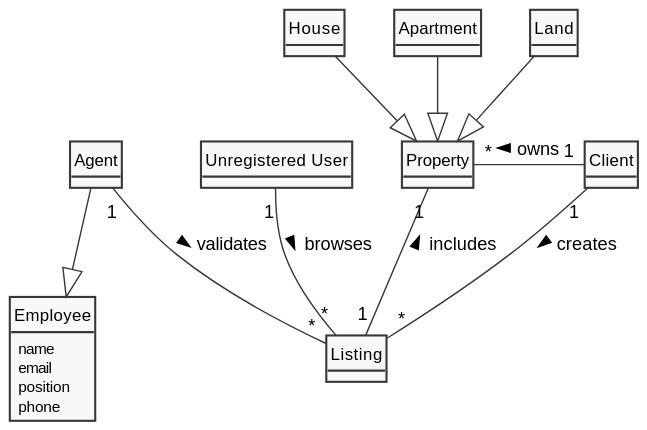
Earlier version of the PlantUML export docs/sprintB/US001/02.analysis/svg/us001-domain-model.svg (tiagohcorreia/LAPR2). Source of this version:
```plantuml
@startuml
skinparam monochrome true
skinparam packageStyle rectangle
skinparam shadowing false


skinparam classAttributeIconSize 0

hide circle
hide methods




class Employee {
    name
    email
    position
    phone
}





House --|> Property
Apartment --|> Property
Land --|> Property
Listing "1" -- "1" Property: includes >

Agent --|> Employee
Agent "1" -- "*" Listing: validates >
Property "*" - "1" Client : owns <
Client "1" -- "*" Listing: creates >
"Unregistered User" "1" -- "*" Listing: browses >

@enduml
```
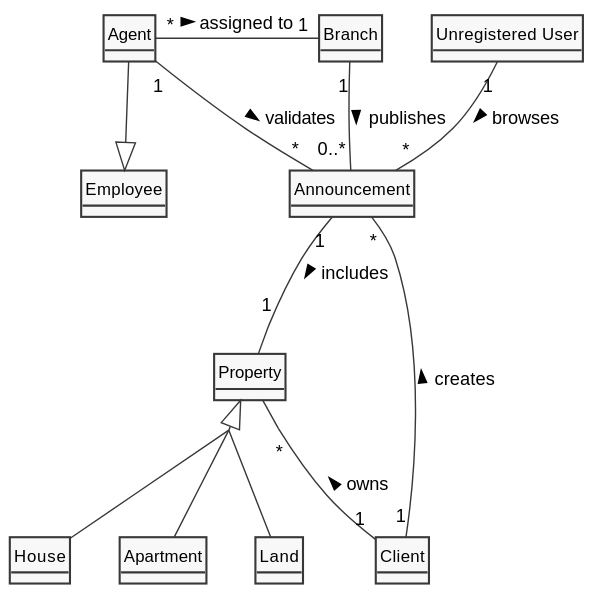
After the change.

Change to the diagram source:
```diff
@@ -3,6 +3,8 @@
 skinparam packageStyle rectangle
 skinparam shadowing false
 
+
+skinparam groupInheritance 2
 
 skinparam classAttributeIconSize 0
 
@@ -10,28 +12,35 @@
 hide methods
 
 
+class Branch {
+}
 
 
 class Employee {
-    name
-    email
-    position
-    phone
 }
 
 
 
 
 
-House --|> Property
-Apartment --|> Property
-Land --|> Property
-Listing "1" -- "1" Property: includes >
 
+
+Property <|-- House
+Property <|-- Apartment
+Property <|-- Land
+
+
+Announcement "1" -- "1" Property: includes >
+
+Branch "1" -- "0..*" Announcement: publishes >
+
+Agent "*" - "1" Branch: assigned to >
 Agent --|> Employee
-Agent "1" -- "*" Listing: validates >
-Property "*" - "1" Client : owns <
-Client "1" -- "*" Listing: creates >
-"Unregistered User" "1" -- "*" Listing: browses >
+Agent "1" -- "*" Announcement: validates >
+Property "*" -- "1" Client : owns <
+Client "1" -- "*" Announcement: creates >
+"Unregistered User" "1" -- "*" Announcement: browses >
+
+
 
 @enduml
```
